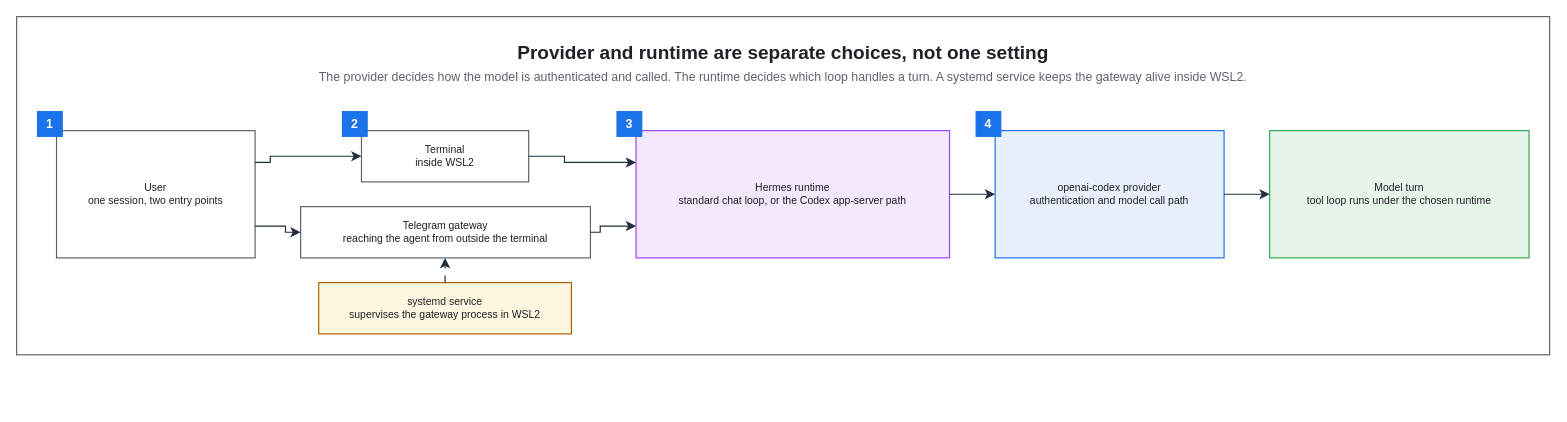
The draw.io diagram assets/img/ai/hermes-wsl2-agent-flow.drawio in KKamJi98/kkamji98.github.io, before the edit. Source tidied: cells renumbered, new cells numbered last; positions are measured from the earlier drawing's top-left corner, leaving out a move shared by most shapes. Both pictures are drawn from the tidied source at 95%, with x=0, y=0 at pixel (16, 16).
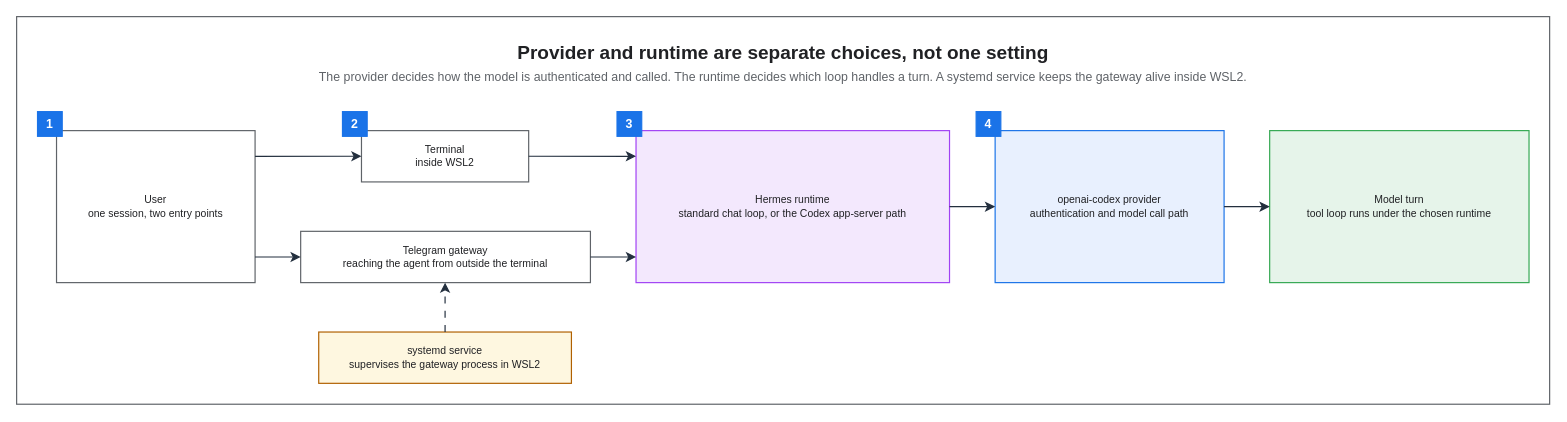
After the change.

Unchanged cells that the change refers to:
```xml
<mxCell id="6" value="Terminal&#10;inside WSL2" style="rounded=0;whiteSpace=wrap;html=0;fillColor=#FFFFFF;strokeColor=#5F6368;fontColor=#202124;fontSize=11;fontStyle=0;align=center;verticalAlign=middle;spacingLeft=6;spacingRight=6;strokeWidth=1.25;" parent="1" vertex="1">
  <mxGeometry x="363" y="120" width="176" height="54" as="geometry" />
</mxCell>
```

Diff of the diagram source:
```diff
@@
     <mxCell id="2" style="rounded=0;html=0;fillColor=none;strokeColor=#5F6368;fontColor=#202124;strokeWidth=1.25;" parent="1" vertex="1">
-      <mxGeometry width="1613.7" height="356" as="geometry" />
+      <mxGeometry width="1613.7" height="408" as="geometry" />
     </mxCell>
@@
     <mxCell id="5" value="User&#10;one session, two entry points" style="rounded=0;whiteSpace=wrap;html=0;fillColor=#FFFFFF;strokeColor=#5F6368;fontColor=#202124;fontSize=11;fontStyle=0;align=center;verticalAlign=middle;spacingLeft=6;spacingRight=6;strokeWidth=1.25;" parent="1" vertex="1">
-      <mxGeometry x="42" y="120" width="209" height="134" as="geometry" />
+      <mxGeometry x="42" y="120" width="209" height="160" as="geometry" />
     </mxCell>
@@
     <mxCell id="7" value="Telegram gateway&#10;reaching the agent from outside the terminal" style="rounded=0;whiteSpace=wrap;html=0;fillColor=#FFFFFF;strokeColor=#5F6368;fontColor=#202124;fontSize=11;fontStyle=0;align=center;verticalAlign=middle;spacingLeft=6;spacingRight=6;strokeWidth=1.25;" parent="1" vertex="1">
-      <mxGeometry x="299" y="200" width="305" height="54" as="geometry" />
+      <mxGeometry x="299" y="226" width="305" height="54" as="geometry" />
     </mxCell>
     <mxCell id="8" value="Hermes runtime&#10;standard chat loop, or the Codex app-server path" style="rounded=0;whiteSpace=wrap;html=0;fillColor=#F3E8FD;strokeColor=#A142F4;fontColor=#202124;fontSize=11;fontStyle=0;align=center;verticalAlign=middle;spacingLeft=6;spacingRight=6;strokeWidth=1.25;" parent="1" vertex="1">
-      <mxGeometry x="652" y="120" width="330" height="134" as="geometry" />
+      <mxGeometry x="652" y="120" width="330" height="160" as="geometry" />
     </mxCell>
     <mxCell id="9" value="openai-codex provider&#10;authentication and model call path" style="rounded=0;whiteSpace=wrap;html=0;fillColor=#E8F0FE;strokeColor=#1A73E8;fontColor=#202124;fontSize=11;fontStyle=0;align=center;verticalAlign=middle;spacingLeft=6;spacingRight=6;strokeWidth=1.25;" parent="1" vertex="1">
-      <mxGeometry x="1030" y="120" width="241" height="134" as="geometry" />
+      <mxGeometry x="1030" y="120" width="241" height="160" as="geometry" />
     </mxCell>
     <mxCell id="10" value="Model turn&#10;tool loop runs under the chosen runtime" style="rounded=0;whiteSpace=wrap;html=0;fillColor=#E6F4EA;strokeColor=#34A853;fontColor=#202124;fontSize=11;fontStyle=0;align=center;verticalAlign=middle;spacingLeft=6;spacingRight=6;strokeWidth=1.25;" parent="1" vertex="1">
-      <mxGeometry x="1319" y="120" width="273" height="134" as="geometry" />
+      <mxGeometry x="1319" y="120" width="273" height="160" as="geometry" />
     </mxCell>
     <mxCell id="11" value="systemd service&#10;supervises the gateway process in WSL2" style="rounded=0;whiteSpace=wrap;html=0;fillColor=#FEF7E0;strokeColor=#B06000;fontColor=#202124;fontSize=11;fontStyle=0;align=center;verticalAlign=middle;spacingLeft=6;spacingRight=6;strokeWidth=1.25;" parent="1" vertex="1">
-      <mxGeometry x="318" y="280" width="266" height="54" as="geometry" />
+      <mxGeometry x="318" y="332" width="266" height="54" as="geometry" />
     </mxCell>
@@
-    <mxCell id="16" style="edgeStyle=orthogonalEdgeStyle;rounded=0;html=0;strokeColor=#232F3E;strokeWidth=1.25;endArrow=classic;endFill=1;endSize=7;fontSize=11;fontColor=#202124;labelBackgroundColor=none;jettySize=14;exitX=1;exitY=0.25;entryX=0;entryY=0.5;exitDx=0;exitDy=0;entryDx=0;entryDy=0;" parent="1" edge="1" source="5" target="6">
-      <mxGeometry relative="1" as="geometry">
-        <Array as="points">
-          <mxPoint x="267" y="153.5" />
-          <mxPoint x="267" y="147" />
-        </Array>
-      </mxGeometry>
+    <mxCell id="16" style="edgeStyle=orthogonalEdgeStyle;rounded=0;html=0;strokeColor=#232F3E;strokeWidth=1.25;endArrow=classic;endFill=1;endSize=7;fontSize=11;fontColor=#202124;labelBackgroundColor=none;jettySize=14;exitX=1;exitY=0.1688;entryX=0;entryY=0.5;exitDx=0;exitDy=0;entryDx=0;entryDy=0;" parent="1" edge="1" source="5" target="6">
+      <mxGeometry relative="1" as="geometry" />
     </mxCell>
-    <mxCell id="17" style="edgeStyle=orthogonalEdgeStyle;rounded=0;html=0;strokeColor=#232F3E;strokeWidth=1.25;endArrow=classic;endFill=1;endSize=7;fontSize=11;fontColor=#202124;labelBackgroundColor=none;jettySize=14;exitX=1;exitY=0.75;entryX=0;entryY=0.5;exitDx=0;exitDy=0;entryDx=0;entryDy=0;" parent="1" edge="1" source="5" target="7">
-      <mxGeometry relative="1" as="geometry">
-        <Array as="points">
-          <mxPoint x="283" y="220.5" />
-          <mxPoint x="283" y="227" />
-        </Array>
-      </mxGeometry>
+    <mxCell id="17" style="edgeStyle=orthogonalEdgeStyle;rounded=0;html=0;strokeColor=#232F3E;strokeWidth=1.25;endArrow=classic;endFill=1;endSize=7;fontSize=11;fontColor=#202124;labelBackgroundColor=none;jettySize=14;exitX=1;exitY=0.8313;entryX=0;entryY=0.5;exitDx=0;exitDy=0;entryDx=0;entryDy=0;" parent="1" edge="1" source="5" target="7">
+      <mxGeometry relative="1" as="geometry" />
     </mxCell>
-    <mxCell id="18" style="edgeStyle=orthogonalEdgeStyle;rounded=0;html=0;strokeColor=#232F3E;strokeWidth=1.25;endArrow=classic;endFill=1;endSize=7;fontSize=11;fontColor=#202124;labelBackgroundColor=none;jettySize=14;exitX=1;exitY=0.5;entryX=0;entryY=0.25;exitDx=0;exitDy=0;entryDx=0;entryDy=0;" parent="1" edge="1" source="6" target="8">
-      <mxGeometry relative="1" as="geometry">
-        <Array as="points">
-          <mxPoint x="576.7" y="147" />
-          <mxPoint x="576.7" y="153.5" />
-        </Array>
-      </mxGeometry>
+    <mxCell id="18" style="edgeStyle=orthogonalEdgeStyle;rounded=0;html=0;strokeColor=#232F3E;strokeWidth=1.25;endArrow=classic;endFill=1;endSize=7;fontSize=11;fontColor=#202124;labelBackgroundColor=none;jettySize=14;exitX=1;exitY=0.5;entryX=0;entryY=0.1688;exitDx=0;exitDy=0;entryDx=0;entryDy=0;" parent="1" edge="1" source="6" target="8">
+      <mxGeometry relative="1" as="geometry" />
     </mxCell>
-    <mxCell id="19" style="edgeStyle=orthogonalEdgeStyle;rounded=0;html=0;strokeColor=#232F3E;strokeWidth=1.25;endArrow=classic;endFill=1;endSize=7;fontSize=11;fontColor=#202124;labelBackgroundColor=none;jettySize=14;exitX=1;exitY=0.5;entryX=0;entryY=0.75;exitDx=0;exitDy=0;entryDx=0;entryDy=0;" parent="1" edge="1" source="7" target="8">
-      <mxGeometry relative="1" as="geometry">
-        <Array as="points">
-          <mxPoint x="614.3" y="227" />
-          <mxPoint x="614.3" y="220.5" />
-        </Array>
-      </mxGeometry>
+    <mxCell id="19" style="edgeStyle=orthogonalEdgeStyle;rounded=0;html=0;strokeColor=#232F3E;strokeWidth=1.25;endArrow=classic;endFill=1;endSize=7;fontSize=11;fontColor=#202124;labelBackgroundColor=none;jettySize=14;exitX=1;exitY=0.5;entryX=0;entryY=0.8313;exitDx=0;exitDy=0;entryDx=0;entryDy=0;" parent="1" edge="1" source="7" target="8">
+      <mxGeometry relative="1" as="geometry" />
     </mxCell>
```
